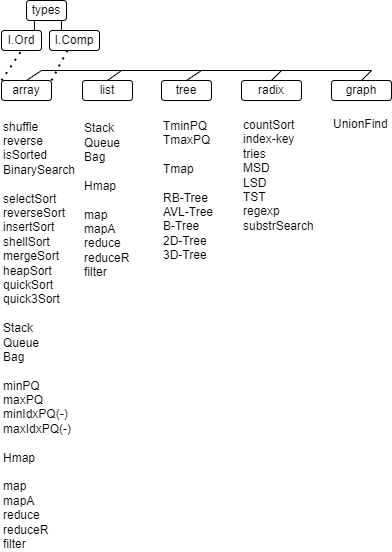
Earlier version of the draw.io export pics/algos.png (kselnaag/algos). Source tidied: cells renumbered, new cells last; positions are measured from the earlier drawing's top-left corner, leaving out a move shared by most shapes. The source it was exported from:
```xml
<mxGraphModel background="#FFFFFF">
  <root>
    <mxCell id="0" />
    <mxCell id="1" parent="0" />
    <mxCell id="2" value="array" style="rounded=1;whiteSpace=wrap;html=1;fontColor=#000000;fillColor=none;strokeColor=#000000;" parent="1" vertex="1">
      <mxGeometry y="80" width="50" height="20" as="geometry" />
    </mxCell>
    <mxCell id="3" value="list" style="rounded=1;whiteSpace=wrap;html=1;fillColor=none;strokeColor=#000000;fontColor=#000000;" parent="1" vertex="1">
      <mxGeometry x="81" y="80" width="50" height="20" as="geometry" />
    </mxCell>
    <mxCell id="4" value="radix" style="rounded=1;whiteSpace=wrap;html=1;fontColor=#000000;fillColor=none;strokeColor=#000000;" parent="1" vertex="1">
      <mxGeometry x="240" y="80" width="60" height="20" as="geometry" />
    </mxCell>
    <mxCell id="5" value="tree" style="rounded=1;whiteSpace=wrap;html=1;fontColor=#000000;fillColor=none;strokeColor=#000000;" parent="1" vertex="1">
      <mxGeometry x="160" y="80" width="50" height="20" as="geometry" />
    </mxCell>
    <mxCell id="6" value="graph" style="rounded=1;whiteSpace=wrap;html=1;fontColor=#000000;fillColor=none;strokeColor=#000000;" parent="1" vertex="1">
      <mxGeometry x="330" y="80" width="60" height="20" as="geometry" />
    </mxCell>
    <mxCell id="7" value="shuffle&lt;br&gt;reverse&lt;br&gt;isSorted&lt;br&gt;BinarySearch&lt;br&gt;&lt;br&gt;selectSort&lt;br&gt;reverseSort&lt;br&gt;insertSort&lt;br&gt;shellSort&lt;br&gt;mergeSort&lt;br&gt;heapSort&lt;br&gt;quickSort&lt;br&gt;quick3Sort&lt;br&gt;&lt;br&gt;Stack&lt;br&gt;Queue&lt;br&gt;Bag&lt;br&gt;&lt;br&gt;minPQ&lt;br&gt;maxPQ&lt;br&gt;minIdxPQ(-)&lt;br&gt;maxIdxPQ(-)&lt;br&gt;&lt;br&gt;Hmap&lt;br&gt;&lt;br&gt;map&lt;br&gt;mapA&lt;br&gt;reduce&lt;br&gt;reduceR&lt;br&gt;filter" style="text;html=1;strokeColor=none;fillColor=none;align=left;verticalAlign=middle;whiteSpace=wrap;rounded=0;fontColor=#000000;" parent="1" vertex="1">
      <mxGeometry y="120" width="66" height="430" as="geometry" />
    </mxCell>
    <mxCell id="8" value="Stack&lt;br&gt;Queue&lt;br&gt;Bag&lt;br&gt;&lt;br&gt;Hmap&lt;br&gt;&lt;br&gt;map&lt;br&gt;mapA&lt;br&gt;reduce&lt;br&gt;reduceR&lt;br&gt;filter" style="text;html=1;strokeColor=none;fillColor=none;align=left;verticalAlign=middle;whiteSpace=wrap;rounded=0;fontColor=#000000;" parent="1" vertex="1">
      <mxGeometry x="81" y="120" width="66" height="160" as="geometry" />
    </mxCell>
    <mxCell id="9" value="countSort&lt;br&gt;index-key&lt;br&gt;tries&lt;br&gt;MSD&lt;br&gt;LSD&lt;br&gt;TST&lt;br&gt;regexp&lt;br&gt;substrSearch" style="text;html=1;strokeColor=none;fillColor=none;align=left;verticalAlign=middle;whiteSpace=wrap;rounded=0;fontColor=#000000;" parent="1" vertex="1">
      <mxGeometry x="240" y="120" width="60" height="110" as="geometry" />
    </mxCell>
    <mxCell id="10" value="TminPQ&lt;br&gt;TmaxPQ&lt;br&gt;&lt;br&gt;Tmap&lt;br&gt;&lt;br&gt;RB-Tree&lt;br&gt;AVL-Tree&lt;br&gt;B-Tree&lt;br&gt;2D-Tree&lt;br&gt;3D-Tree" style="text;html=1;strokeColor=none;fillColor=none;align=left;verticalAlign=middle;whiteSpace=wrap;rounded=0;fontColor=#000000;" parent="1" vertex="1">
      <mxGeometry x="160" y="120" width="70" height="140" as="geometry" />
    </mxCell>
    <mxCell id="11" value="types" style="rounded=1;whiteSpace=wrap;html=1;fillColor=none;strokeColor=#000000;fontColor=#000000;" parent="1" vertex="1">
      <mxGeometry x="25" width="40" height="20" as="geometry" />
    </mxCell>
    <mxCell id="12" style="endArrow=none;html=1;rounded=0;exitX=0.5;exitY=0;exitDx=0;exitDy=0;strokeColor=#000000;" parent="1" edge="1" source="5">
      <mxGeometry relative="1" as="geometry">
        <mxPoint x="200" y="70" as="targetPoint" />
      </mxGeometry>
    </mxCell>
    <mxCell id="13" style="endArrow=none;html=1;rounded=0;strokeColor=#000000;" parent="1" edge="1">
      <mxGeometry relative="1" as="geometry">
        <mxPoint x="40" y="70" as="sourcePoint" />
        <mxPoint x="370" y="70" as="targetPoint" />
      </mxGeometry>
    </mxCell>
    <mxCell id="14" style="endArrow=none;html=1;rounded=0;exitX=0.5;exitY=0;exitDx=0;exitDy=0;strokeColor=#000000;" parent="1" edge="1" source="2">
      <mxGeometry relative="1" as="geometry">
        <mxPoint x="40" y="70" as="targetPoint" />
      </mxGeometry>
    </mxCell>
    <mxCell id="15" style="endArrow=none;html=1;rounded=0;exitX=0.5;exitY=0;exitDx=0;exitDy=0;strokeColor=#000000;" parent="1" edge="1">
      <mxGeometry relative="1" as="geometry">
        <mxPoint x="105.9" y="80" as="sourcePoint" />
        <mxPoint x="120" y="70" as="targetPoint" />
      </mxGeometry>
    </mxCell>
    <mxCell id="16" style="endArrow=none;html=1;rounded=0;exitX=0.5;exitY=0;exitDx=0;exitDy=0;strokeColor=#000000;" parent="1" edge="1">
      <mxGeometry relative="1" as="geometry">
        <mxPoint x="269.9" y="80" as="sourcePoint" />
        <mxPoint x="280" y="70" as="targetPoint" />
      </mxGeometry>
    </mxCell>
    <mxCell id="17" value="UnionFind" style="text;whiteSpace=wrap;html=1;fontColor=#000000;" parent="1" vertex="1">
      <mxGeometry x="330" y="110" width="60" height="120" as="geometry" />
    </mxCell>
    <mxCell id="18" value="I.Ord" style="rounded=1;whiteSpace=wrap;html=1;fillColor=none;strokeColor=#000000;fontColor=#000000;" parent="1" vertex="1">
      <mxGeometry y="30" width="40" height="20" as="geometry" />
    </mxCell>
    <mxCell id="19" value="I.Comp" style="rounded=1;whiteSpace=wrap;html=1;fillColor=none;strokeColor=#000000;fontColor=#000000;" parent="1" vertex="1">
      <mxGeometry x="48" y="30" width="50" height="20" as="geometry" />
    </mxCell>
    <mxCell id="20" style="endArrow=none;dashed=1;html=1;dashPattern=1 3;strokeWidth=2;rounded=0;entryX=0.5;entryY=1;entryDx=0;entryDy=0;exitX=0;exitY=0;exitDx=0;exitDy=0;strokeColor=#000000;" parent="1" edge="1" source="2" target="18">
      <mxGeometry relative="1" as="geometry" />
    </mxCell>
    <mxCell id="21" style="endArrow=none;dashed=1;html=1;dashPattern=1 3;strokeWidth=2;rounded=0;exitX=1;exitY=0;exitDx=0;exitDy=0;entryX=0.359;entryY=0.99;entryDx=0;entryDy=0;entryPerimeter=0;strokeColor=#000000;" parent="1" edge="1" source="2" target="19">
      <mxGeometry relative="1" as="geometry" />
    </mxCell>
    <mxCell id="22" style="endArrow=none;html=1;rounded=0;exitX=0.5;exitY=0;exitDx=0;exitDy=0;strokeColor=#000000;" parent="1" edge="1">
      <mxGeometry relative="1" as="geometry">
        <mxPoint x="32.9" y="30" as="sourcePoint" />
        <mxPoint x="32.9" y="20" as="targetPoint" />
      </mxGeometry>
    </mxCell>
    <mxCell id="23" style="endArrow=none;html=1;rounded=0;exitX=0.5;exitY=0;exitDx=0;exitDy=0;strokeColor=#000000;" parent="1" edge="1">
      <mxGeometry relative="1" as="geometry">
        <mxPoint x="60" y="30" as="sourcePoint" />
        <mxPoint x="60" y="20" as="targetPoint" />
      </mxGeometry>
    </mxCell>
    <mxCell id="24" style="endArrow=none;html=1;rounded=0;exitX=0.5;exitY=0;exitDx=0;exitDy=0;strokeColor=#000000;" parent="1" edge="1">
      <mxGeometry relative="1" as="geometry">
        <mxPoint x="360" y="80" as="sourcePoint" />
        <mxPoint x="370.1" y="70" as="targetPoint" />
      </mxGeometry>
    </mxCell>
  </root>
</mxGraphModel>
```
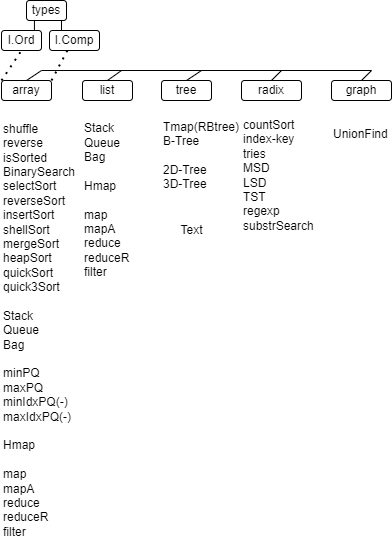
Later version of the same file.

What changed in the source:
```diff
@@ -17,8 +17,8 @@
     <mxCell id="6" value="graph" style="rounded=1;whiteSpace=wrap;html=1;fontColor=#000000;fillColor=none;strokeColor=#000000;" parent="1" vertex="1">
       <mxGeometry x="330" y="80" width="60" height="20" as="geometry" />
     </mxCell>
-    <mxCell id="7" value="shuffle&lt;br&gt;reverse&lt;br&gt;isSorted&lt;br&gt;BinarySearch&lt;br&gt;&lt;br&gt;selectSort&lt;br&gt;reverseSort&lt;br&gt;insertSort&lt;br&gt;shellSort&lt;br&gt;mergeSort&lt;br&gt;heapSort&lt;br&gt;quickSort&lt;br&gt;quick3Sort&lt;br&gt;&lt;br&gt;Stack&lt;br&gt;Queue&lt;br&gt;Bag&lt;br&gt;&lt;br&gt;minPQ&lt;br&gt;maxPQ&lt;br&gt;minIdxPQ(-)&lt;br&gt;maxIdxPQ(-)&lt;br&gt;&lt;br&gt;Hmap&lt;br&gt;&lt;br&gt;map&lt;br&gt;mapA&lt;br&gt;reduce&lt;br&gt;reduceR&lt;br&gt;filter" style="text;html=1;strokeColor=none;fillColor=none;align=left;verticalAlign=middle;whiteSpace=wrap;rounded=0;fontColor=#000000;" parent="1" vertex="1">
-      <mxGeometry y="120" width="66" height="430" as="geometry" />
+    <mxCell id="7" value="shuffle&lt;br&gt;reverse&lt;br&gt;isSorted&lt;br&gt;BinarySearch&lt;br&gt;selectSort&lt;br&gt;reverseSort&lt;br&gt;insertSort&lt;br&gt;shellSort&lt;br&gt;mergeSort&lt;br&gt;heapSort&lt;br&gt;quickSort&lt;br&gt;quick3Sort&lt;br&gt;&lt;br&gt;Stack&lt;br&gt;Queue&lt;br&gt;Bag&lt;br&gt;&lt;br&gt;minPQ&lt;br&gt;maxPQ&lt;br&gt;minIdxPQ(-)&lt;br&gt;maxIdxPQ(-)&lt;br&gt;&lt;br&gt;Hmap&lt;br&gt;&lt;br&gt;map&lt;br&gt;mapA&lt;br&gt;reduce&lt;br&gt;reduceR&lt;br&gt;filter" style="text;html=1;strokeColor=none;fillColor=none;align=left;verticalAlign=middle;whiteSpace=wrap;rounded=0;fontColor=#000000;" parent="1" vertex="1">
+      <mxGeometry y="120" width="66" height="420" as="geometry" />
     </mxCell>
     <mxCell id="8" value="Stack&lt;br&gt;Queue&lt;br&gt;Bag&lt;br&gt;&lt;br&gt;Hmap&lt;br&gt;&lt;br&gt;map&lt;br&gt;mapA&lt;br&gt;reduce&lt;br&gt;reduceR&lt;br&gt;filter" style="text;html=1;strokeColor=none;fillColor=none;align=left;verticalAlign=middle;whiteSpace=wrap;rounded=0;fontColor=#000000;" parent="1" vertex="1">
       <mxGeometry x="81" y="120" width="66" height="160" as="geometry" />
@@ -26,8 +26,8 @@
     <mxCell id="9" value="countSort&lt;br&gt;index-key&lt;br&gt;tries&lt;br&gt;MSD&lt;br&gt;LSD&lt;br&gt;TST&lt;br&gt;regexp&lt;br&gt;substrSearch" style="text;html=1;strokeColor=none;fillColor=none;align=left;verticalAlign=middle;whiteSpace=wrap;rounded=0;fontColor=#000000;" parent="1" vertex="1">
       <mxGeometry x="240" y="120" width="60" height="110" as="geometry" />
     </mxCell>
-    <mxCell id="10" value="TminPQ&lt;br&gt;TmaxPQ&lt;br&gt;&lt;br&gt;Tmap&lt;br&gt;&lt;br&gt;RB-Tree&lt;br&gt;AVL-Tree&lt;br&gt;B-Tree&lt;br&gt;2D-Tree&lt;br&gt;3D-Tree" style="text;html=1;strokeColor=none;fillColor=none;align=left;verticalAlign=middle;whiteSpace=wrap;rounded=0;fontColor=#000000;" parent="1" vertex="1">
-      <mxGeometry x="160" y="120" width="70" height="140" as="geometry" />
+    <mxCell id="10" value="Tmap(RBtree)&lt;br&gt;B-Tree&lt;br&gt;&lt;br&gt;2D-Tree&lt;br&gt;3D-Tree" style="text;html=1;strokeColor=none;fillColor=none;align=left;verticalAlign=middle;whiteSpace=wrap;rounded=0;fontColor=#000000;" parent="1" vertex="1">
+      <mxGeometry x="160" y="120" width="80" height="70" as="geometry" />
     </mxCell>
     <mxCell id="11" value="types" style="rounded=1;whiteSpace=wrap;html=1;fillColor=none;strokeColor=#000000;fontColor=#000000;" parent="1" vertex="1">
       <mxGeometry x="25" width="40" height="20" as="geometry" />
@@ -61,7 +61,7 @@
       </mxGeometry>
     </mxCell>
     <mxCell id="17" value="UnionFind" style="text;whiteSpace=wrap;html=1;fontColor=#000000;" parent="1" vertex="1">
-      <mxGeometry x="330" y="110" width="60" height="120" as="geometry" />
+      <mxGeometry x="330" y="120" width="60" height="160" as="geometry" />
     </mxCell>
     <mxCell id="18" value="I.Ord" style="rounded=1;whiteSpace=wrap;html=1;fillColor=none;strokeColor=#000000;fontColor=#000000;" parent="1" vertex="1">
       <mxGeometry y="30" width="40" height="20" as="geometry" />
@@ -93,5 +93,8 @@
         <mxPoint x="370.1" y="70" as="targetPoint" />
       </mxGeometry>
     </mxCell>
+    <mxCell id="25" value="Text" style="text;html=1;align=center;verticalAlign=middle;strokeColor=none;fillColor=none;" parent="1" vertex="1">
+      <mxGeometry x="170" y="220" width="40" height="20" as="geometry" />
+    </mxCell>
   </root>
 </mxGraphModel>
```
